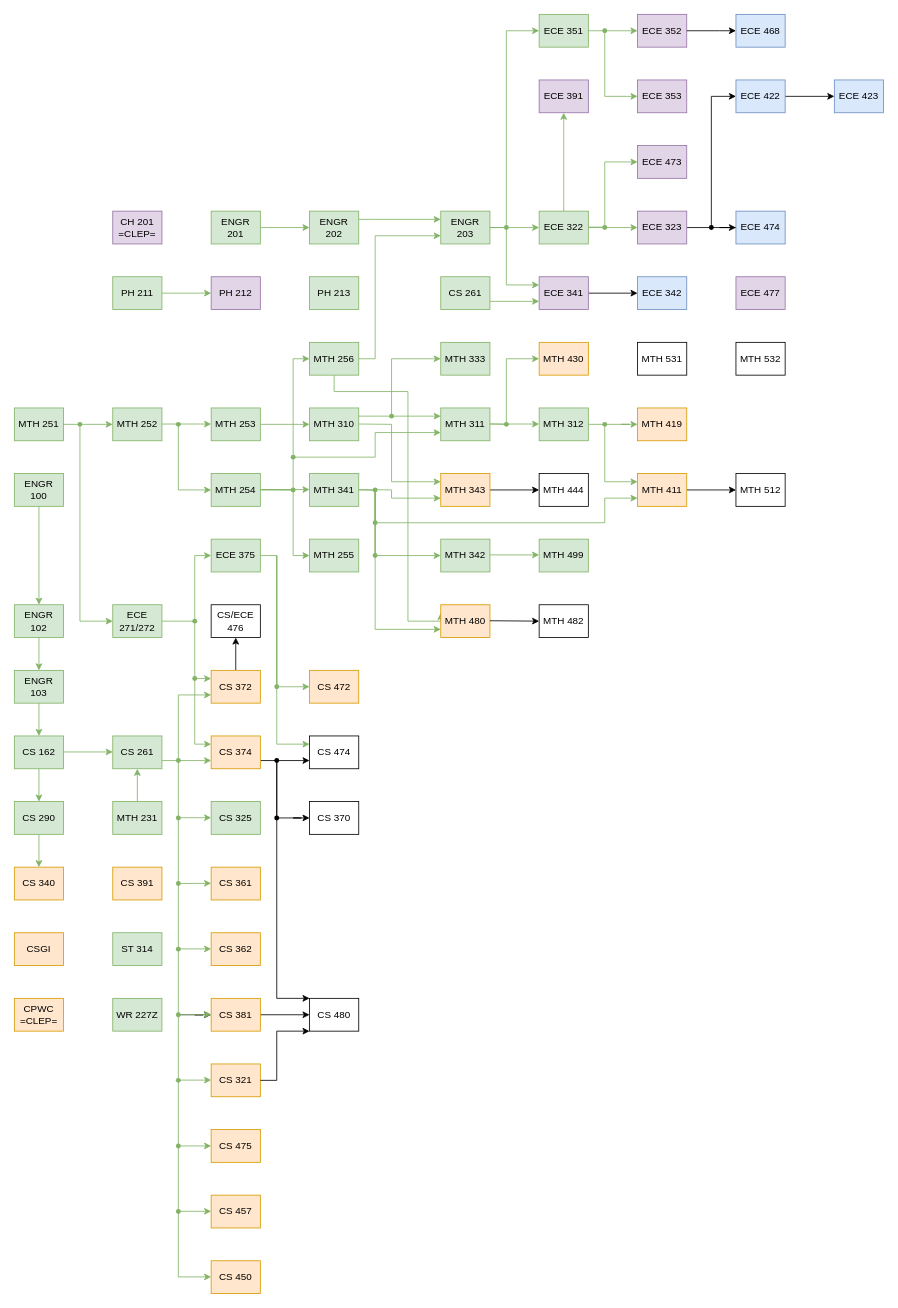
This is Classes.drawio from Jonas-Carew/Class-Flowchart, a draw.io file, before an edit. Source tidied: cells renumbered, new cells numbered last; positions are measured from the earlier drawing's top-left corner, leaving out a move shared by most shapes. Both pictures are drawn from the tidied source at 82%, with x=0, y=0 at pixel (14, 14).
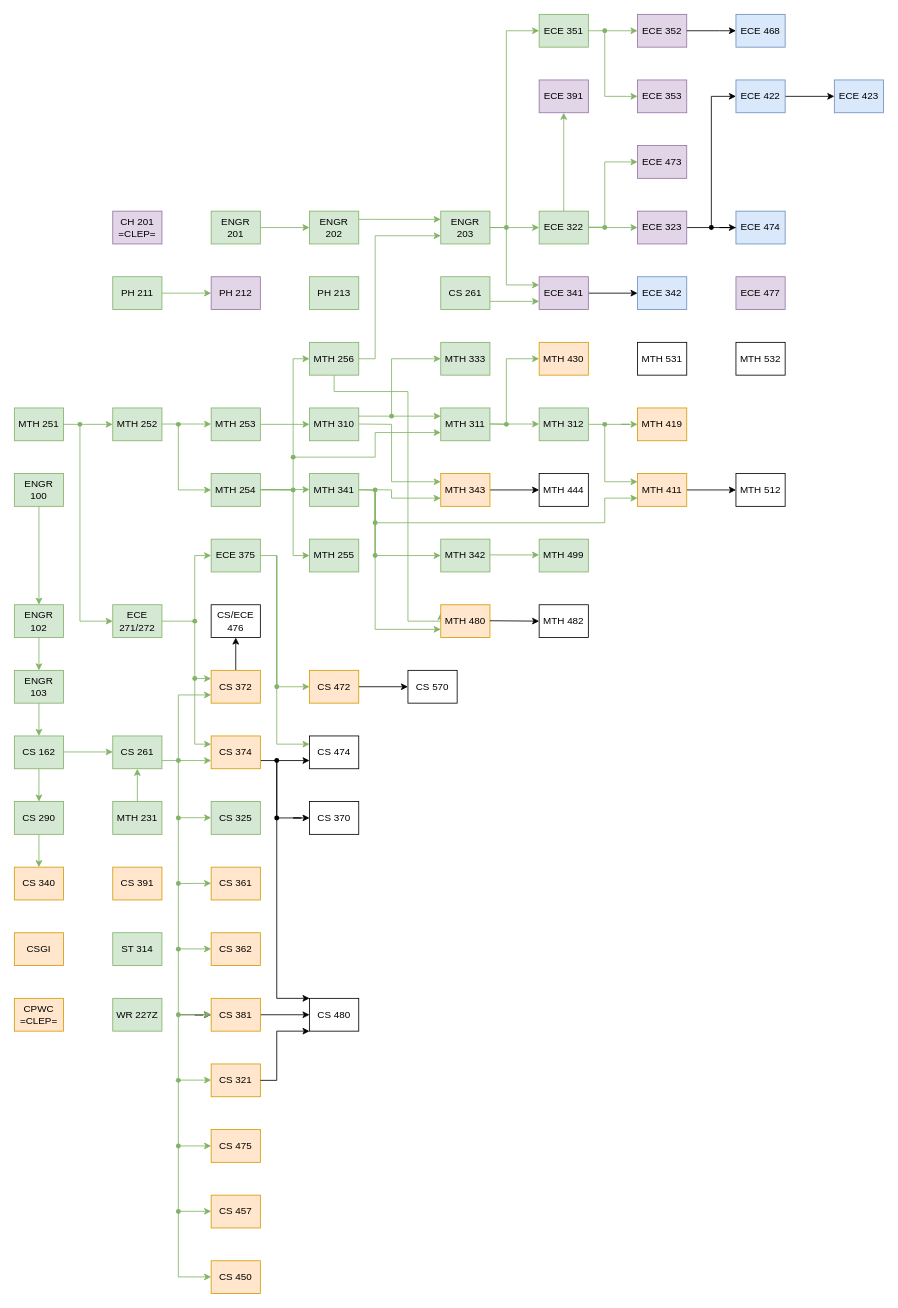
The same page after the edit.

Unchanged cells that the change refers to:
```xml
<mxCell id="68" value="CS 472" style="whiteSpace=wrap;html=1;rounded=0;fillColor=#FFE6CC;strokeColor=#D79B00;" parent="1" vertex="1">
  <mxGeometry x="360" y="800" width="60" height="40" as="geometry" />
</mxCell>
```

Change to the diagram source:
```diff
@@
+    <mxCell id="178" style="edgeStyle=orthogonalEdgeStyle;rounded=0;jettySize=auto;html=1;" parent="1" edge="1" source="68" target="179">
+      <mxGeometry relative="1" as="geometry" />
+    </mxCell>
@@
+    <mxCell id="179" value="CS 570" style="whiteSpace=wrap;html=1;rounded=0;" parent="1" vertex="1">
+      <mxGeometry x="480" y="800" width="60" height="40" as="geometry" />
+    </mxCell>
```
